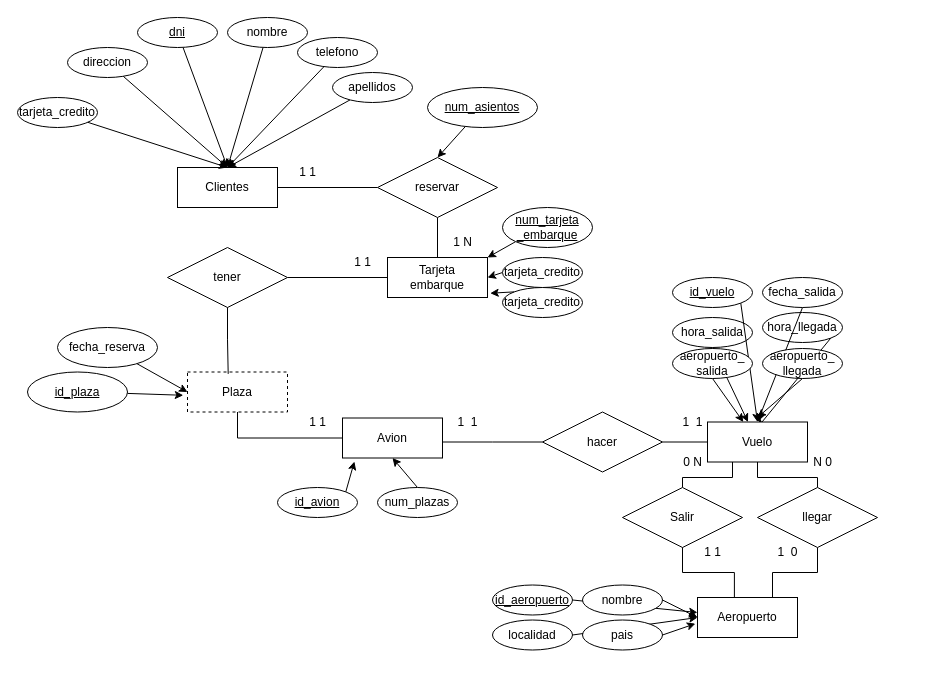
Above: ej8.drawio in adriii28/amr-tsys-C3U12-11102023 (draw.io), before the change. Source tidied: cells renumbered, new cells numbered last; positions are measured from the earlier drawing's top-left corner, leaving out a move shared by most shapes. Both pictures are drawn from the tidied source at 100%, with x=0, y=0 at pixel (17, 17).
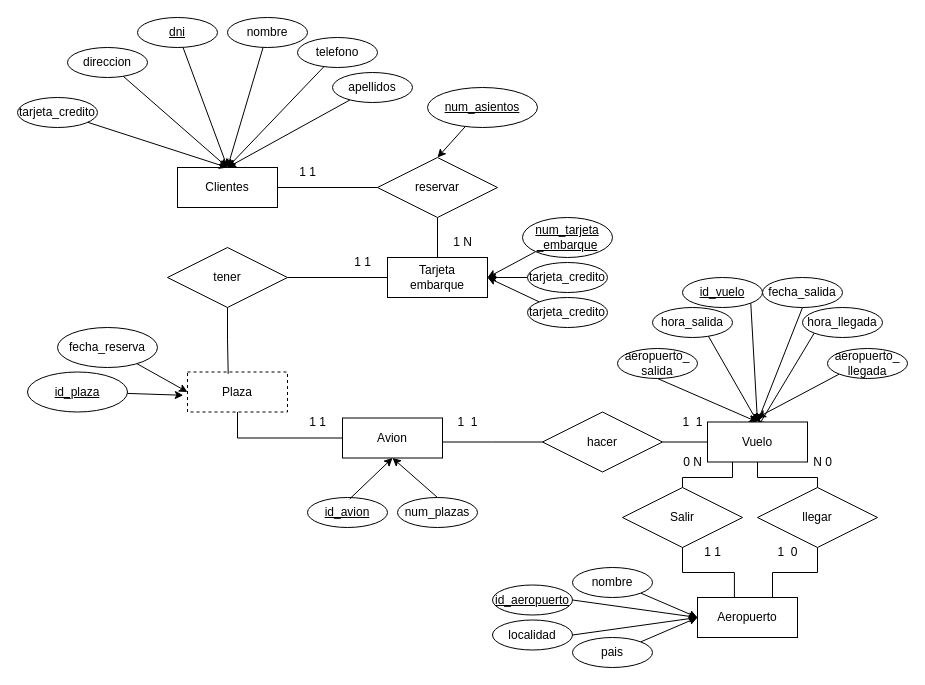
After the change.

The change refers to these unchanged cells:
```xml
<mxCell id="3" value="Tarjeta &lt;br&gt;embarque" style="whiteSpace=wrap;html=1;align=center;" parent="1" vertex="1">
  <mxGeometry x="370" y="240" width="100" height="40" as="geometry" />
</mxCell>
<mxCell id="4" value="Aeropuerto" style="whiteSpace=wrap;html=1;align=center;" parent="1" vertex="1">
  <mxGeometry x="680" y="580" width="100" height="40" as="geometry" />
</mxCell>
<mxCell id="5" value="Avion" style="whiteSpace=wrap;html=1;align=center;" parent="1" vertex="1">
  <mxGeometry x="325" y="400.5" width="100" height="40" as="geometry" />
</mxCell>
<mxCell id="36" value="id_aeropuerto" style="ellipse;whiteSpace=wrap;html=1;align=center;fontStyle=4;" parent="1" vertex="1">
  <mxGeometry x="475" y="567.5" width="80" height="30" as="geometry" />
</mxCell>
<mxCell id="65" value="Vuelo" style="whiteSpace=wrap;html=1;align=center;" parent="1" vertex="1">
  <mxGeometry x="690" y="404.5" width="100" height="40" as="geometry" />
</mxCell>
```

Diff of the diagram source:
```diff
@@
-    <mxCell id="24" style="rounded=0;jettySize=auto;html=1;exitX=0;exitY=1;exitDx=0;exitDy=0;entryX=1;entryY=0;entryDx=0;entryDy=0;" parent="1" edge="1" source="25" target="3">
+    <mxCell id="24" style="rounded=0;jettySize=auto;html=1;exitX=0;exitY=1;exitDx=0;exitDy=0;entryX=1;entryY=0.5;entryDx=0;entryDy=0;" parent="1" edge="1" source="25" target="3">
       <mxGeometry relative="1" as="geometry" />
     </mxCell>
     <mxCell id="25" value="num_tarjeta&lt;br&gt;_embarque" style="ellipse;whiteSpace=wrap;html=1;align=center;fontStyle=4;" parent="1" vertex="1">
-      <mxGeometry x="485" y="190" width="90" height="40" as="geometry" />
+      <mxGeometry x="505" y="200" width="90" height="40" as="geometry" />
     </mxCell>
     <mxCell id="26" value="tarjeta_credito" style="ellipse;whiteSpace=wrap;html=1;align=center;" parent="1" vertex="1">
-      <mxGeometry x="485" y="270" width="80" height="30" as="geometry" />
+      <mxGeometry x="510" y="280" width="80" height="30" as="geometry" />
     </mxCell>
@@
     <mxCell id="28" value="tarjeta_credito" style="ellipse;whiteSpace=wrap;html=1;align=center;" parent="1" vertex="1">
-      <mxGeometry x="485" y="240" width="80" height="30" as="geometry" />
+      <mxGeometry x="510" y="245" width="80" height="30" as="geometry" />
     </mxCell>
     <mxCell id="29" value="id_avion&lt;br&gt;" style="ellipse;whiteSpace=wrap;html=1;align=center;fontStyle=4;" parent="1" vertex="1">
-      <mxGeometry x="260" y="470" width="80" height="30" as="geometry" />
+      <mxGeometry x="290" y="480" width="80" height="30" as="geometry" />
     </mxCell>
@@
     <mxCell id="31" value="num_plazas" style="ellipse;whiteSpace=wrap;html=1;align=center;" parent="1" vertex="1">
-      <mxGeometry x="360" y="470" width="80" height="30" as="geometry" />
+      <mxGeometry x="380" y="480" width="80" height="30" as="geometry" />
     </mxCell>
@@
     <mxCell id="34" value="pais" style="ellipse;whiteSpace=wrap;html=1;align=center;" parent="1" vertex="1">
-      <mxGeometry x="565" y="602.5" width="80" height="30" as="geometry" />
+      <mxGeometry x="555" y="620" width="80" height="30" as="geometry" />
     </mxCell>
-    <mxCell id="35" style="rounded=0;jettySize=auto;html=1;exitX=1;exitY=0.5;exitDx=0;exitDy=0;" parent="1" edge="1" source="36" target="4">
+    <mxCell id="35" style="rounded=0;jettySize=auto;html=1;exitX=1;exitY=0.5;exitDx=0;exitDy=0;entryX=0;entryY=0.5;entryDx=0;entryDy=0;" parent="1" edge="1" source="36" target="4">
       <mxGeometry relative="1" as="geometry" />
     </mxCell>
@@
-    <mxCell id="37" style="rounded=0;jettySize=auto;html=1;exitX=1;exitY=0.5;exitDx=0;exitDy=0;" parent="1" edge="1" source="38">
+    <mxCell id="37" style="rounded=0;jettySize=auto;html=1;exitX=1;exitY=1;exitDx=0;exitDy=0;" parent="1" edge="1" source="38">
       <mxGeometry relative="1" as="geometry">
         <mxPoint x="680" y="600" as="targetPoint" />
       </mxGeometry>
     </mxCell>
     <mxCell id="38" value="nombre" style="ellipse;whiteSpace=wrap;html=1;align=center;" parent="1" vertex="1">
-      <mxGeometry x="565" y="567.5" width="80" height="30" as="geometry" />
+      <mxGeometry x="555" y="550" width="80" height="30" as="geometry" />
     </mxCell>
-    <mxCell id="39" style="rounded=0;jettySize=auto;html=1;exitX=0.5;exitY=1;exitDx=0;exitDy=0;" parent="1" edge="1" source="40" target="65">
+    <mxCell id="39" style="rounded=0;jettySize=auto;html=1;exitX=0.698;exitY=0.952;exitDx=0;exitDy=0;exitPerimeter=0;entryX=0.5;entryY=0;entryDx=0;entryDy=0;" parent="1" edge="1" source="40" target="65">
       <mxGeometry relative="1" as="geometry" />
     </mxCell>
     <mxCell id="40" value="hora_salida" style="ellipse;whiteSpace=wrap;html=1;align=center;fontStyle=0;" parent="1" vertex="1">
-      <mxGeometry x="655" y="300" width="80" height="30" as="geometry" />
+      <mxGeometry x="635" y="290" width="80" height="30" as="geometry" />
     </mxCell>
-    <mxCell id="41" style="rounded=0;jettySize=auto;html=1;exitX=1;exitY=1;exitDx=0;exitDy=0;" parent="1" edge="1" source="42">
+    <mxCell id="41" style="rounded=0;jettySize=auto;html=1;exitX=0;exitY=1;exitDx=0;exitDy=0;" parent="1" edge="1" source="42">
       <mxGeometry relative="1" as="geometry">
         <mxPoint x="740" y="410" as="targetPoint" />
       </mxGeometry>
     </mxCell>
     <mxCell id="42" value="hora_llegada" style="ellipse;whiteSpace=wrap;html=1;align=center;" parent="1" vertex="1">
-      <mxGeometry x="745" y="295" width="80" height="30" as="geometry" />
+      <mxGeometry x="785" y="290" width="80" height="30" as="geometry" />
     </mxCell>
@@
     <mxCell id="44" value="id_vuelo" style="ellipse;whiteSpace=wrap;html=1;align=center;fontStyle=4;" parent="1" vertex="1">
-      <mxGeometry x="655" y="260" width="80" height="30" as="geometry" />
+      <mxGeometry x="665" y="260" width="80" height="30" as="geometry" />
     </mxCell>
@@
-    <mxCell id="47" style="rounded=0;jettySize=auto;html=1;exitX=0.5;exitY=1;exitDx=0;exitDy=0;" parent="1" edge="1" source="48" target="65">
+    <mxCell id="47" style="rounded=0;jettySize=auto;html=1;exitX=0.5;exitY=1;exitDx=0;exitDy=0;entryX=0.5;entryY=0;entryDx=0;entryDy=0;" parent="1" edge="1" source="48" target="65">
       <mxGeometry relative="1" as="geometry" />
     </mxCell>
     <mxCell id="48" value="aeropuerto_&lt;br&gt;salida" style="ellipse;whiteSpace=wrap;html=1;align=center;fontStyle=0;" parent="1" vertex="1">
-      <mxGeometry x="655" y="331" width="80" height="30" as="geometry" />
+      <mxGeometry x="600" y="331" width="80" height="30" as="geometry" />
     </mxCell>
-    <mxCell id="49" style="rounded=0;jettySize=auto;html=1;exitX=0.5;exitY=1;exitDx=0;exitDy=0;" parent="1" edge="1" source="50">
+    <mxCell id="49" style="rounded=0;jettySize=auto;html=1;exitX=0;exitY=1;exitDx=0;exitDy=0;" parent="1" edge="1" source="50">
       <mxGeometry relative="1" as="geometry">
         <mxPoint x="740" y="400" as="targetPoint" />
       </mxGeometry>
     </mxCell>
     <mxCell id="50" value="aeropuerto_&lt;br&gt;llegada" style="ellipse;whiteSpace=wrap;html=1;align=center;" parent="1" vertex="1">
-      <mxGeometry x="745" y="331" width="80" height="30" as="geometry" />
+      <mxGeometry x="810" y="331" width="80" height="30" as="geometry" />
     </mxCell>
@@
-    <mxCell id="71" style="rounded=0;jettySize=auto;html=1;exitX=0;exitY=0;exitDx=0;exitDy=0;entryX=1.027;entryY=0.893;entryDx=0;entryDy=0;entryPerimeter=0;" parent="1" edge="1" source="26" target="3">
+    <mxCell id="71" style="rounded=0;jettySize=auto;html=1;exitX=0;exitY=0;exitDx=0;exitDy=0;entryX=1;entryY=0.5;entryDx=0;entryDy=0;" parent="1" edge="1" source="26" target="3">
       <mxGeometry relative="1" as="geometry" />
     </mxCell>
-    <mxCell id="72" style="rounded=0;jettySize=auto;html=1;exitX=1;exitY=0;exitDx=0;exitDy=0;entryX=0.119;entryY=1.088;entryDx=0;entryDy=0;entryPerimeter=0;" parent="1" edge="1" source="29" target="5">
+    <mxCell id="72" style="rounded=0;jettySize=auto;html=1;exitX=0.529;exitY=0.044;exitDx=0;exitDy=0;entryX=0.5;entryY=1;entryDx=0;entryDy=0;exitPerimeter=0;" parent="1" edge="1" source="29" target="5">
       <mxGeometry relative="1" as="geometry" />
     </mxCell>
-    <mxCell id="73" style="rounded=0;jettySize=auto;html=1;exitX=1;exitY=0.5;exitDx=0;exitDy=0;entryX=-0.021;entryY=0.654;entryDx=0;entryDy=0;entryPerimeter=0;" parent="1" edge="1" source="34" target="4">
-      <mxGeometry relative="1" as="geometry" />
+    <mxCell id="73" style="rounded=0;jettySize=auto;html=1;exitX=1;exitY=0;exitDx=0;exitDy=0;" parent="1" edge="1" source="34">
+      <mxGeometry relative="1" as="geometry">
+        <mxPoint x="680" y="600" as="targetPoint" />
+      </mxGeometry>
     </mxCell>
```
